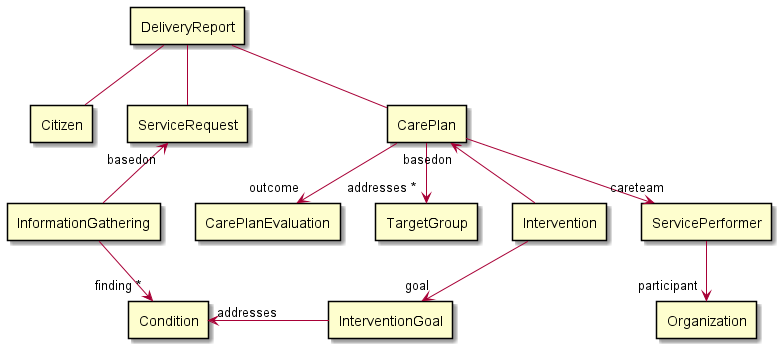
Before: input/images/DeliveryReport.png, a diagram exported from PlantUML (hl7dk/kl-ffb-reporting).
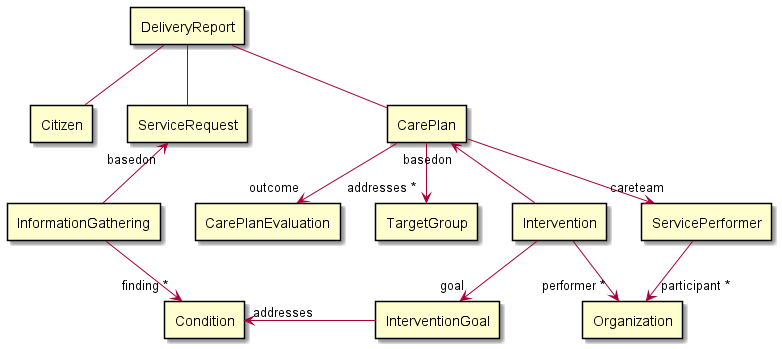
After the change.

Diff of the diagram source:
```diff
@@ -25,11 +25,13 @@
 careplan -->"addresses *" targetgroup
 careplan "basedon"<-- intervention
 careplan -->"careteam" team
-team -->"participant" organization
+team -->"participant *" organization
 
 information -->"finding *" condition
 condition "addresses"<- goal
 
+intervention -->"performer *" organization
+
 intervention -->"goal" goal
 
 @enduml
```
